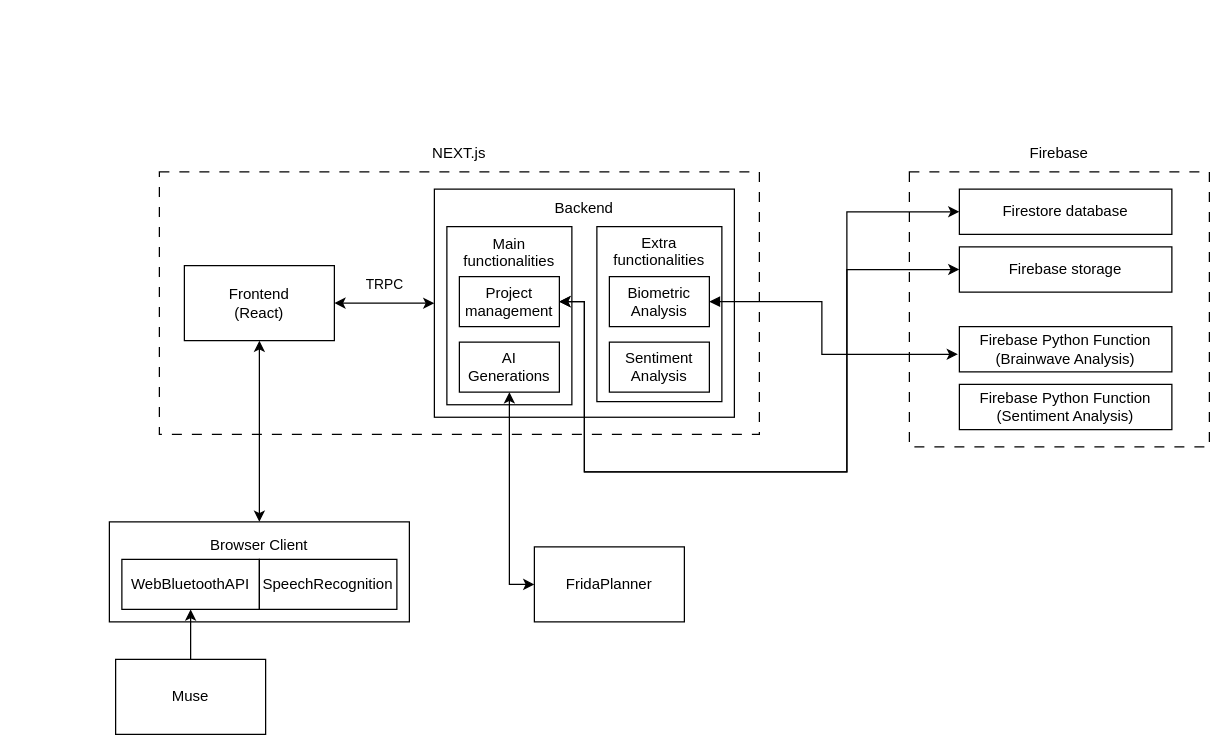
Earlier version of the draw.io diagram architecture.drawio (Apantli/Tenor). Source tidied: cells renumbered, new cells numbered last; positions are measured from the earlier drawing's top-left corner, leaving out a move shared by most shapes. Both pictures are drawn from the tidied source at 125%, with x=0, y=0 at pixel (109, 134).
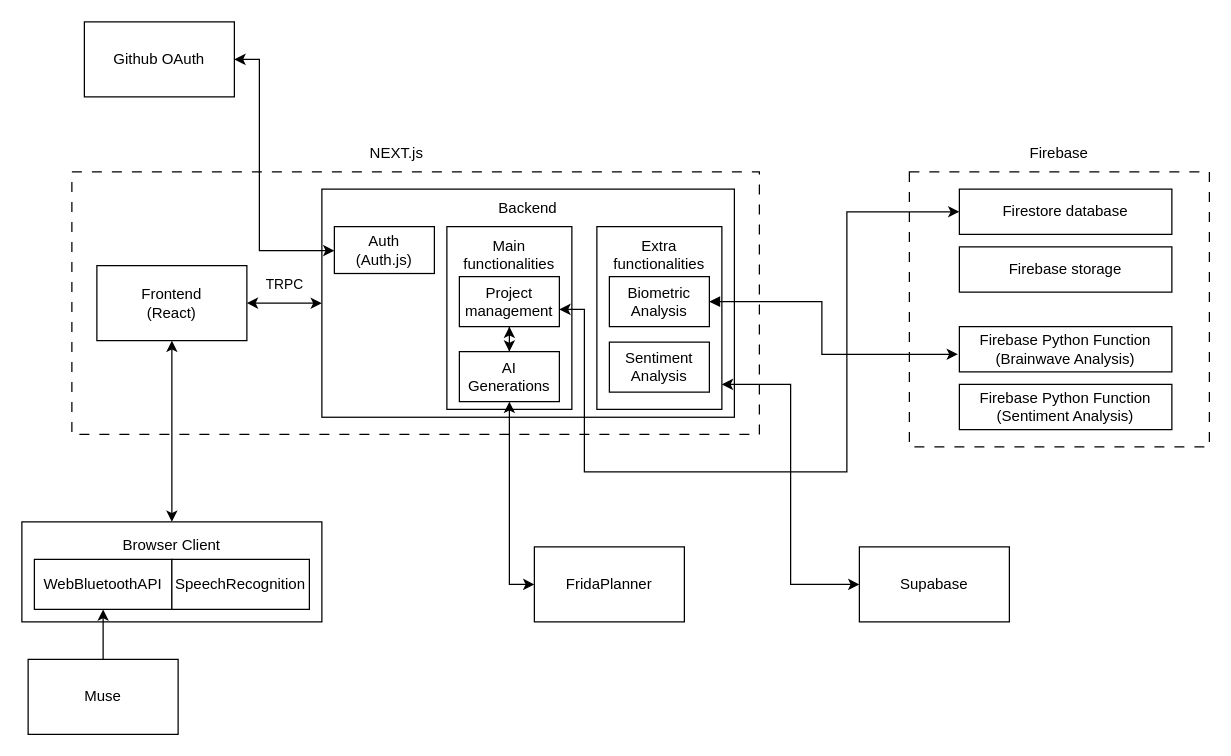
The same page after the edit.

The change refers to these unchanged cells:
```xml
<mxCell id="16" value="Project management" style="rounded=0;whiteSpace=wrap;html=1;" parent="1" vertex="1">
  <mxGeometry x="280" y="113.8" width="80" height="40" as="geometry" />
</mxCell>
<mxCell id="26" value="Firestore database" style="rounded=0;whiteSpace=wrap;html=1;" parent="1" vertex="1">
  <mxGeometry x="680" y="43.8" width="170" height="36.2" as="geometry" />
</mxCell>
<mxCell id="28" value="Firebase storage" style="rounded=0;whiteSpace=wrap;html=1;" parent="1" vertex="1">
  <mxGeometry x="680" y="90" width="170" height="36.2" as="geometry" />
</mxCell>
```

Diff of the diagram source:
```diff
@@
     <mxCell id="3" style="rounded=0;whiteSpace=wrap;html=1;fillColor=none;dashed=1;dashPattern=8 8;" parent="1" vertex="1">
-      <mxGeometry x="40" y="30" width="480" height="210" as="geometry" />
+      <mxGeometry x="-30" y="30" width="550" height="210" as="geometry" />
     </mxCell>
@@
     <mxCell id="5" value="Frontend&lt;div&gt;(React)&lt;/div&gt;" style="rounded=0;whiteSpace=wrap;html=1;" parent="1" vertex="1">
-      <mxGeometry x="60" y="105" width="120" height="60" as="geometry" />
+      <mxGeometry x="-10" y="105" width="120" height="60" as="geometry" />
     </mxCell>
     <mxCell id="6" style="rounded=0;whiteSpace=wrap;html=1;" parent="1" vertex="1">
-      <mxGeometry x="260" y="43.8" width="240" height="182.5" as="geometry" />
+      <mxGeometry x="170" y="43.8" width="330" height="182.5" as="geometry" />
     </mxCell>
     <mxCell id="7" value="NEXT.js" style="text;html=1;align=center;verticalAlign=middle;whiteSpace=wrap;rounded=0;" parent="1" vertex="1">
-      <mxGeometry x="250" width="60" height="30" as="geometry" />
+      <mxGeometry x="200" width="60" height="30" as="geometry" />
     </mxCell>
@@
     <mxCell id="9" value="Backend" style="text;html=1;align=center;verticalAlign=middle;whiteSpace=wrap;rounded=0;" parent="1" vertex="1">
-      <mxGeometry x="350" y="43.8" width="60" height="30" as="geometry" />
+      <mxGeometry x="305" y="43.8" width="60" height="30" as="geometry" />
     </mxCell>
     <mxCell id="10" value="Main functionalities&lt;div&gt;&lt;br&gt;&lt;/div&gt;&lt;div&gt;&lt;br&gt;&lt;/div&gt;&lt;div&gt;&lt;br&gt;&lt;/div&gt;&lt;div&gt;&lt;br&gt;&lt;/div&gt;&lt;div&gt;&lt;br&gt;&lt;/div&gt;&lt;div&gt;&lt;br&gt;&lt;/div&gt;&lt;div&gt;&lt;br&gt;&lt;/div&gt;" style="rounded=0;whiteSpace=wrap;html=1;" parent="1" vertex="1">
-      <mxGeometry x="270" y="73.8" width="100" height="142.5" as="geometry" />
+      <mxGeometry x="270" y="73.8" width="100" height="146.2" as="geometry" />
     </mxCell>
+    <mxCell id="31" style="edgeStyle=orthogonalEdgeStyle;rounded=0;jettySize=auto;html=1;entryX=0;entryY=0.5;entryDx=0;entryDy=0;startArrow=classic;startFill=1;" parent="1" edge="1" source="11" target="36">
+      <mxGeometry relative="1" as="geometry">
+        <Array as="points">
+          <mxPoint x="545" y="200" />
+          <mxPoint x="545" y="360" />
+        </Array>
+      </mxGeometry>
+    </mxCell>
     <mxCell id="11" value="Extra functionalities&lt;div&gt;&lt;br&gt;&lt;/div&gt;&lt;div&gt;&lt;br&gt;&lt;/div&gt;&lt;div&gt;&lt;br&gt;&lt;/div&gt;&lt;div&gt;&lt;br&gt;&lt;/div&gt;&lt;div&gt;&lt;br&gt;&lt;/div&gt;&lt;div&gt;&lt;br&gt;&lt;/div&gt;&lt;div&gt;&lt;br&gt;&lt;/div&gt;" style="rounded=0;whiteSpace=wrap;html=1;" parent="1" vertex="1">
-      <mxGeometry x="390" y="73.8" width="100" height="140" as="geometry" />
+      <mxGeometry x="390" y="73.8" width="100" height="146.2" as="geometry" />
     </mxCell>
@@
     <mxCell id="15" style="edgeStyle=orthogonalEdgeStyle;rounded=0;jettySize=auto;html=1;entryX=0;entryY=0.5;entryDx=0;entryDy=0;startArrow=classic;startFill=1;" parent="1" edge="1" source="16" target="26">
       <mxGeometry relative="1" as="geometry">
         <Array as="points">
-          <mxPoint x="380" y="134" />
+          <mxPoint x="380" y="140" />
           <mxPoint x="380" y="270" />
           <mxPoint x="590" y="270" />
           <mxPoint x="590" y="62" />
         </Array>
       </mxGeometry>
     </mxCell>
+    <mxCell id="32" style="edgeStyle=orthogonalEdgeStyle;rounded=0;jettySize=auto;html=1;startArrow=classic;startFill=1;" parent="1" edge="1" source="16" target="18">
+      <mxGeometry relative="1" as="geometry" />
+    </mxCell>
@@
     <mxCell id="18" value="&lt;div&gt;AI Generations&lt;/div&gt;" style="rounded=0;whiteSpace=wrap;html=1;" parent="1" vertex="1">
-      <mxGeometry x="280" y="166.2" width="80" height="40" as="geometry" />
+      <mxGeometry x="280" y="173.8" width="80" height="40" as="geometry" />
     </mxCell>
     <mxCell id="19" value="Browser Client&lt;div&gt;&lt;br&gt;&lt;/div&gt;&lt;div&gt;&lt;br&gt;&lt;/div&gt;&lt;div&gt;&lt;br&gt;&lt;/div&gt;" style="rounded=0;whiteSpace=wrap;html=1;" parent="1" vertex="1">
-      <mxGeometry y="310" width="240" height="80" as="geometry" />
+      <mxGeometry x="-70" y="310" width="240" height="80" as="geometry" />
     </mxCell>
     <mxCell id="20" value="WebBluetoothAPI" style="rounded=0;whiteSpace=wrap;html=1;" parent="1" vertex="1">
-      <mxGeometry x="10" y="340" width="110" height="40" as="geometry" />
+      <mxGeometry x="-60" y="340" width="110" height="40" as="geometry" />
     </mxCell>
@@
     <mxCell id="22" value="Muse" style="rounded=0;whiteSpace=wrap;html=1;" parent="1" vertex="1">
-      <mxGeometry x="5" y="420" width="120" height="60" as="geometry" />
+      <mxGeometry x="-65" y="420" width="120" height="60" as="geometry" />
     </mxCell>
@@
     <mxCell id="24" value="SpeechRecognition" style="rounded=0;whiteSpace=wrap;html=1;" parent="1" vertex="1">
-      <mxGeometry x="120" y="340" width="110" height="40" as="geometry" />
+      <mxGeometry x="50" y="340" width="110" height="40" as="geometry" />
     </mxCell>
@@
-    <mxCell id="29" style="edgeStyle=orthogonalEdgeStyle;rounded=0;jettySize=auto;html=1;entryX=0;entryY=0.5;entryDx=0;entryDy=0;startArrow=classic;startFill=1;" parent="1" edge="1" source="16" target="28">
-      <mxGeometry relative="1" as="geometry">
-        <Array as="points">
-          <mxPoint x="380" y="134" />
-          <mxPoint x="380" y="270" />
-          <mxPoint x="590" y="270" />
-          <mxPoint x="590" y="108" />
-          <mxPoint x="680" y="108" />
-        </Array>
-      </mxGeometry>
-    </mxCell>
@@
+    <mxCell id="33" value="&lt;div&gt;Auth&lt;/div&gt;&lt;div&gt;(Auth.js)&lt;/div&gt;" style="rounded=0;whiteSpace=wrap;html=1;" parent="1" vertex="1">
+      <mxGeometry x="180" y="73.8" width="80" height="37.5" as="geometry" />
+    </mxCell>
+    <mxCell id="34" style="edgeStyle=orthogonalEdgeStyle;rounded=0;jettySize=auto;html=1;startArrow=classic;startFill=1;" parent="1" edge="1" source="35" target="33">
+      <mxGeometry relative="1" as="geometry">
+        <Array as="points">
+          <mxPoint x="120" y="-60" />
+          <mxPoint x="120" y="93" />
+        </Array>
+      </mxGeometry>
+    </mxCell>
+    <mxCell id="35" value="Github OAuth" style="rounded=0;whiteSpace=wrap;html=1;" parent="1" vertex="1">
+      <mxGeometry x="-20" y="-90" width="120" height="60" as="geometry" />
+    </mxCell>
+    <mxCell id="36" value="Supabase" style="rounded=0;whiteSpace=wrap;html=1;" parent="1" vertex="1">
+      <mxGeometry x="600" y="330" width="120" height="60" as="geometry" />
+    </mxCell>
```
